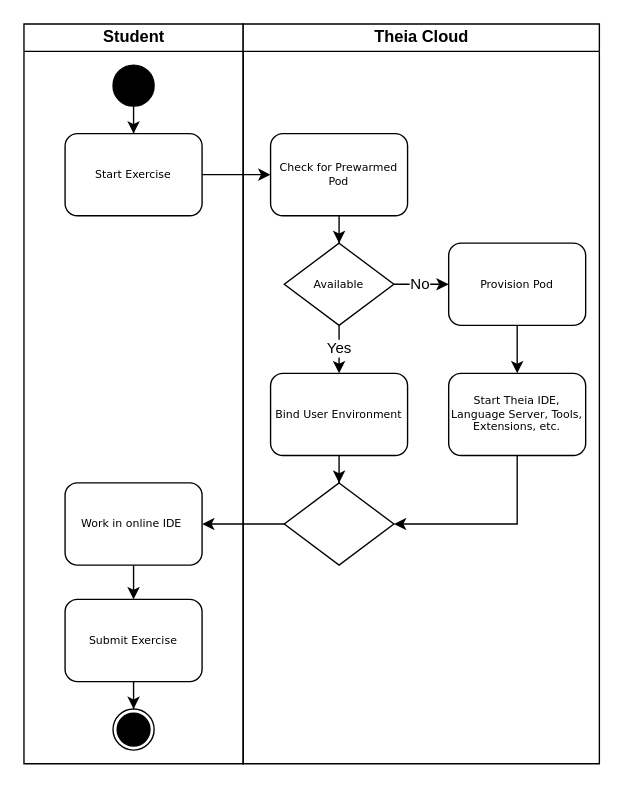
lukaskratzel/ba keeps this draw.io diagram as figures/activity-diagram.drawio. Above is the earlier version. Source tidied: cells renumbered, new cells numbered last; positions are measured from the earlier drawing's top-left corner, leaving out a move shared by most shapes. Both pictures are drawn from the tidied source at 137%, with x=0, y=0 at pixel (23, 23).
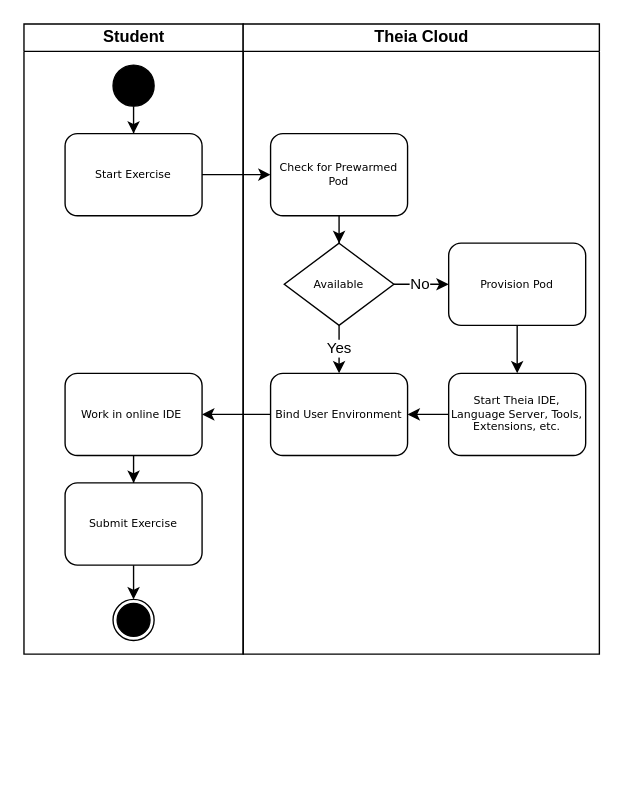
The same diagram, later.

Unchanged cells that the change refers to:
```xml
<mxCell id="22" value="Bind User Environment" style="rounded=1;whiteSpace=wrap;html=1;shadow=0;labelBackgroundColor=none;strokeWidth=1;fontFamily=Verdana;fontSize=8;align=center;" parent="5" vertex="1">
  <mxGeometry x="20" y="255" width="100" height="60" as="geometry" />
</mxCell>
<mxCell id="26" value="Start Theia IDE, Language Server, Tools, Extensions, etc." style="rounded=1;whiteSpace=wrap;html=1;shadow=0;labelBackgroundColor=none;strokeWidth=1;fontFamily=Verdana;fontSize=8;align=center;" parent="5" vertex="1">
  <mxGeometry x="150" y="255" width="100" height="60" as="geometry" />
</mxCell>
```

What changed in the source:
```diff
@@
     <mxCell id="2" value="Student" style="swimlane;html=1;startSize=20;" parent="1" vertex="1">
-      <mxGeometry width="160" height="540" as="geometry" />
+      <mxGeometry width="160" height="460" as="geometry" />
     </mxCell>
@@
+    <mxCell id="7" value="Work in online IDE&amp;nbsp;" style="rounded=1;whiteSpace=wrap;html=1;shadow=0;labelBackgroundColor=none;strokeWidth=1;fontFamily=Verdana;fontSize=8;align=center;" parent="2" vertex="1">
+      <mxGeometry x="30" y="255" width="100" height="60" as="geometry" />
+    </mxCell>
+    <mxCell id="9" value="Submit Exercise" style="rounded=1;whiteSpace=wrap;html=1;shadow=0;labelBackgroundColor=none;strokeWidth=1;fontFamily=Verdana;fontSize=8;align=center;" parent="2" vertex="1">
+      <mxGeometry x="30" y="335" width="100" height="60" as="geometry" />
+    </mxCell>
+    <mxCell id="11" style="edgeStyle=orthogonalEdgeStyle;rounded=0;jettySize=auto;html=1;entryX=0.5;entryY=0;entryDx=0;entryDy=0;" parent="2" edge="1" source="7" target="9">
+      <mxGeometry relative="1" as="geometry" />
+    </mxCell>
+    <mxCell id="10" style="ellipse;whiteSpace=wrap;html=1;" parent="2" vertex="1">
+      <mxGeometry x="65" y="420" width="30" height="30" as="geometry" />
+    </mxCell>
+    <mxCell id="14" style="ellipse;whiteSpace=wrap;html=1;fillStyle=solid;fillColor=#000000;" parent="2" vertex="1">
+      <mxGeometry x="68" y="423" width="24" height="24" as="geometry" />
+    </mxCell>
+    <mxCell id="8" style="edgeStyle=orthogonalEdgeStyle;rounded=0;jettySize=auto;html=1;entryX=0.5;entryY=0;entryDx=0;entryDy=0;" parent="2" edge="1" source="9" target="10">
+      <mxGeometry relative="1" as="geometry" />
+    </mxCell>
     <mxCell id="5" value="Theia Cloud" style="swimlane;html=1;startSize=20;" parent="1" vertex="1">
-      <mxGeometry x="160" width="260" height="540" as="geometry" />
+      <mxGeometry x="160" width="260" height="460" as="geometry" />
     </mxCell>
@@
-    <mxCell id="7" value="Work in online IDE&amp;nbsp;" style="rounded=1;whiteSpace=wrap;html=1;shadow=0;labelBackgroundColor=none;strokeWidth=1;fontFamily=Verdana;fontSize=8;align=center;" parent="5" vertex="1">
-      <mxGeometry x="-130" y="335" width="100" height="60" as="geometry" />
-    </mxCell>
-    <mxCell id="8" style="edgeStyle=orthogonalEdgeStyle;rounded=0;jettySize=auto;html=1;entryX=0.5;entryY=0;entryDx=0;entryDy=0;" parent="5" edge="1" source="9" target="10">
-      <mxGeometry relative="1" as="geometry" />
-    </mxCell>
-    <mxCell id="9" value="Submit Exercise" style="rounded=1;whiteSpace=wrap;html=1;shadow=0;labelBackgroundColor=none;strokeWidth=1;fontFamily=Verdana;fontSize=8;align=center;" parent="5" vertex="1">
-      <mxGeometry x="-130" y="420" width="100" height="60" as="geometry" />
-    </mxCell>
-    <mxCell id="10" style="ellipse;whiteSpace=wrap;html=1;" parent="5" vertex="1">
-      <mxGeometry x="-95" y="500" width="30" height="30" as="geometry" />
-    </mxCell>
-    <mxCell id="11" style="edgeStyle=orthogonalEdgeStyle;rounded=0;jettySize=auto;html=1;entryX=0.5;entryY=0;entryDx=0;entryDy=0;" parent="5" edge="1" source="7" target="9">
-      <mxGeometry relative="1" as="geometry" />
-    </mxCell>
@@
-    <mxCell id="14" style="ellipse;whiteSpace=wrap;html=1;fillStyle=solid;fillColor=#000000;" parent="5" vertex="1">
-      <mxGeometry x="-92" y="503" width="24" height="24" as="geometry" />
-    </mxCell>
@@
-    <mxCell id="21" style="edgeStyle=orthogonalEdgeStyle;rounded=0;jettySize=auto;html=1;entryX=0.5;entryY=0;entryDx=0;entryDy=0;" parent="5" edge="1" source="22" target="27">
-      <mxGeometry relative="1" as="geometry" />
-    </mxCell>
@@
-    <mxCell id="25" style="edgeStyle=orthogonalEdgeStyle;rounded=0;jettySize=auto;html=1;entryX=1;entryY=0.5;entryDx=0;entryDy=0;" parent="5" edge="1" source="26" target="27">
-      <mxGeometry relative="1" as="geometry">
-        <Array as="points">
-          <mxPoint x="200" y="365" />
-        </Array>
-      </mxGeometry>
-    </mxCell>
+    <mxCell id="30" style="edgeStyle=orthogonalEdgeStyle;rounded=0;jettySize=auto;html=1;entryX=1;entryY=0.5;entryDx=0;entryDy=0;" parent="5" edge="1" source="26" target="22">
+      <mxGeometry relative="1" as="geometry" />
+    </mxCell>
@@
-    <mxCell id="27" style="rhombus;whiteSpace=wrap;html=1;rounded=0;shadow=0;labelBackgroundColor=none;strokeWidth=1;fontFamily=Verdana;fontSize=8;align=center;" parent="5" vertex="1">
-      <mxGeometry x="30" y="335" width="80" height="60" as="geometry" />
-    </mxCell>
@@
-    <mxCell id="29" style="edgeStyle=orthogonalEdgeStyle;rounded=0;jettySize=auto;html=1;entryX=1;entryY=0.5;entryDx=0;entryDy=0;" parent="5" edge="1" source="27" target="7">
-      <mxGeometry relative="1" as="geometry" />
-    </mxCell>
+    <mxCell id="31" style="edgeStyle=orthogonalEdgeStyle;rounded=0;jettySize=auto;html=1;" parent="1" edge="1" source="22" target="7">
+      <mxGeometry relative="1" as="geometry" />
+    </mxCell>
```
